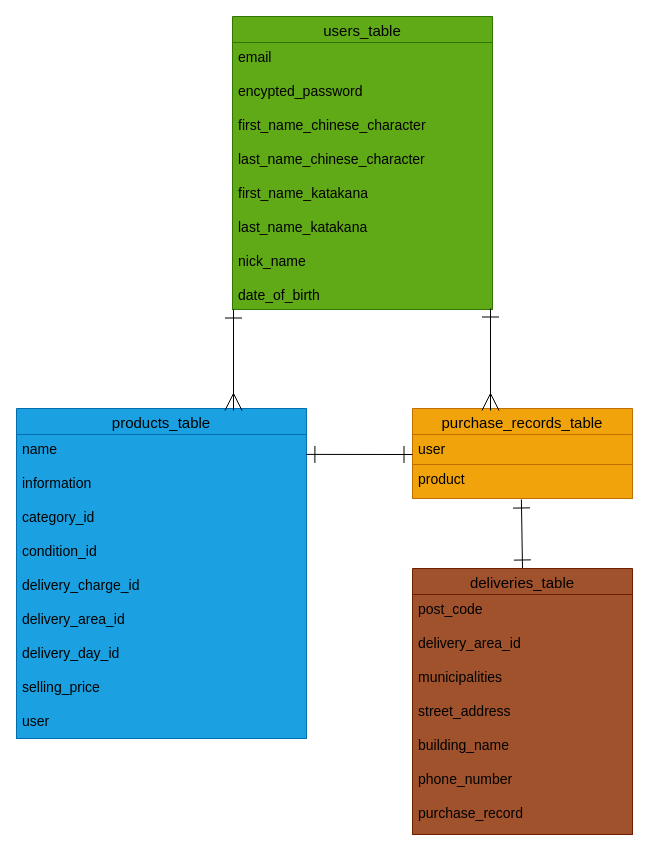
This is ER.dio from Jonnyhorse/furima-40200, a draw.io file, before an edit. Source tidied: cells renumbered, new cells numbered last; positions are measured from the earlier drawing's top-left corner, leaving out a move shared by most shapes. Both pictures are drawn from the tidied source at 100%, with x=0, y=0 at pixel (16, 16).
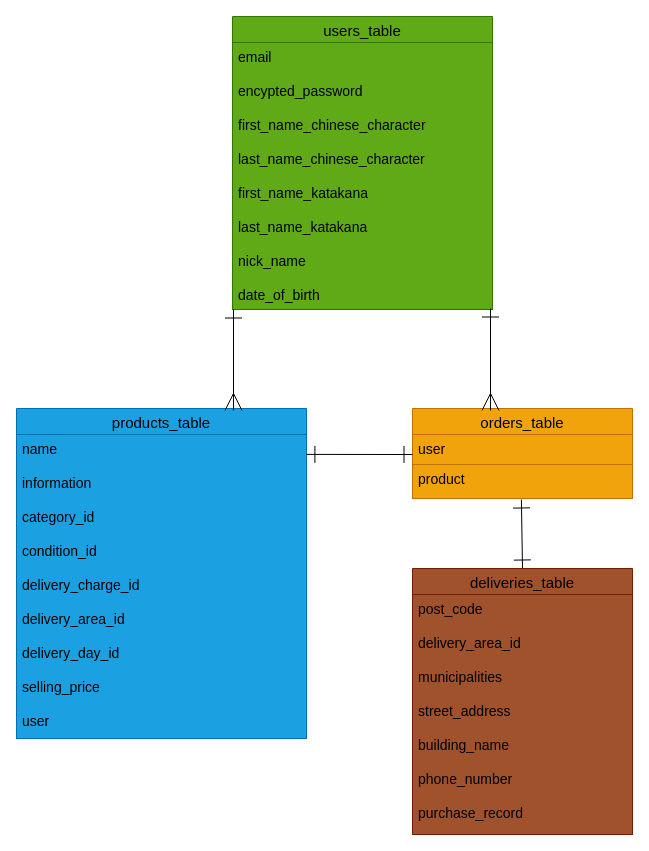
The same page after the edit.

Diff of the diagram source:
```diff
@@
 <mxGraphModel>
   <root>
     <mxCell id="0" />
     <mxCell id="1" parent="0" />
     <mxCell id="2" value="users_table" style="swimlane;fontStyle=0;horizontal=1;startSize=26;align=center;fontSize=15;fillColor=#60a917;fontColor=#000000;strokeColor=#2D7600;" parent="1" vertex="1">
       <mxGeometry x="216" width="260" height="293" as="geometry" />
     </mxCell>
     <mxCell id="3" value="email &#10;&#10;encypted_password&#10;&#10;first_name_chinese_character&#10;&#10;last_name_chinese_character&#10;&#10;first_name_katakana&#10;&#10;last_name_katakana&#10;&#10;nick_name&#10;&#10;date_of_birth&#10;" style="text;strokeColor=#2D7600;fillColor=#60a917;spacingLeft=4;spacingRight=4;overflow=hidden;fontSize=14;fontColor=#000000;" parent="2" vertex="1">
       <mxGeometry y="26" width="260" height="267" as="geometry" />
     </mxCell>
     <mxCell id="4" value="products_table" style="swimlane;fontStyle=0;horizontal=1;startSize=26;align=center;fontSize=15;fillColor=#1ba1e2;fontColor=#000000;strokeColor=#006EAF;" parent="1" vertex="1">
       <mxGeometry y="392" width="290" height="330" as="geometry" />
     </mxCell>
     <mxCell id="5" value="name&#10;&#10;information&#10;&#10;category_id&#10;&#10;condition_id&#10;&#10;delivery_charge_id&#10;&#10;delivery_area_id&#10;&#10;delivery_day_id&#10;&#10;selling_price&#10;&#10;user&#10;" style="text;strokeColor=#006EAF;fillColor=#1ba1e2;spacingLeft=4;spacingRight=4;overflow=hidden;fontSize=14;fontColor=#000000;" parent="4" vertex="1">
       <mxGeometry y="26" width="290" height="304" as="geometry" />
     </mxCell>
-    <mxCell id="6" value="purchase_records_table" style="swimlane;fontStyle=0;horizontal=1;startSize=26;align=center;fontSize=15;fillColor=#f0a30a;fontColor=#000000;strokeColor=#BD7000;" parent="1" vertex="1">
+    <mxCell id="6" value="orders_table" style="swimlane;fontStyle=0;horizontal=1;startSize=26;align=center;fontSize=15;fillColor=#f0a30a;fontColor=#000000;strokeColor=#BD7000;" parent="1" vertex="1">
       <mxGeometry x="396" y="392" width="220" height="90" as="geometry" />
     </mxCell>
     <mxCell id="7" value="user" style="text;strokeColor=#BD7000;fillColor=#f0a30a;spacingLeft=4;spacingRight=4;overflow=hidden;fontSize=14;fontColor=#000000;" parent="6" vertex="1">
       <mxGeometry y="26" width="220" height="30" as="geometry" />
     </mxCell>
     <mxCell id="8" value="product" style="text;strokeColor=#BD7000;fillColor=#f0a30a;spacingLeft=4;spacingRight=4;overflow=hidden;points=[[0,0.5],[1,0.5]];portConstraint=eastwest;fontSize=14;fontColor=#000000;" parent="6" vertex="1">
       <mxGeometry y="56" width="220" height="34" as="geometry" />
     </mxCell>
     <mxCell id="9" style="edgeStyle=none;html=1;exitX=0.5;exitY=0;exitDx=0;exitDy=0;entryX=0.495;entryY=1.029;entryDx=0;entryDy=0;entryPerimeter=0;strokeWidth=1;fontSize=15;startArrow=ERone;startFill=0;endArrow=ERone;endFill=0;endSize=15;startSize=15;" parent="1" edge="1" source="10" target="8">
       <mxGeometry relative="1" as="geometry" />
     </mxCell>
     <mxCell id="10" value="deliveries_table" style="swimlane;fontStyle=0;horizontal=1;startSize=26;align=center;fontSize=15;labelBackgroundColor=none;fillColor=#a0522d;strokeColor=#6D1F00;fontColor=#000000;" parent="1" vertex="1">
       <mxGeometry x="396" y="552" width="220" height="266" as="geometry" />
     </mxCell>
     <mxCell id="11" value="post_code&#10;&#10;delivery_area_id&#10;&#10;municipalities&#10;&#10;street_address&#10;&#10;building_name&#10;&#10;phone_number&#10;&#10;purchase_record" style="text;strokeColor=#6D1F00;fillColor=#a0522d;spacingLeft=4;spacingRight=4;overflow=hidden;fontSize=14;fontColor=#000000;" parent="10" vertex="1">
       <mxGeometry y="26" width="220" height="240" as="geometry" />
     </mxCell>
     <mxCell id="12" style="edgeStyle=none;html=1;fontSize=15;endArrow=ERmany;endFill=0;strokeWidth=1;startArrow=ERone;startFill=0;endSize=15;startSize=15;" parent="1" edge="1">
       <mxGeometry relative="1" as="geometry">
         <mxPoint x="217" y="293" as="sourcePoint" />
         <mxPoint x="217" y="394" as="targetPoint" />
       </mxGeometry>
     </mxCell>
     <mxCell id="13" style="edgeStyle=none;html=1;strokeWidth=1;fontSize=15;endArrow=ERmany;endFill=0;startArrow=ERone;startFill=0;endSize=15;startSize=15;" parent="1" edge="1">
       <mxGeometry relative="1" as="geometry">
         <mxPoint x="474" y="292" as="sourcePoint" />
         <mxPoint x="474" y="394" as="targetPoint" />
       </mxGeometry>
     </mxCell>
     <mxCell id="14" style="edgeStyle=none;html=1;strokeWidth=1;fontSize=15;endArrow=ERone;endFill=0;startArrow=ERone;startFill=0;exitX=0.986;exitY=0.049;exitDx=0;exitDy=0;exitPerimeter=0;endSize=15;startSize=15;" parent="1" edge="1">
       <mxGeometry relative="1" as="geometry">
         <mxPoint x="289.9" y="437.9" as="sourcePoint" />
         <mxPoint x="396" y="438" as="targetPoint" />
       </mxGeometry>
     </mxCell>
   </root>
 </mxGraphModel>
```
